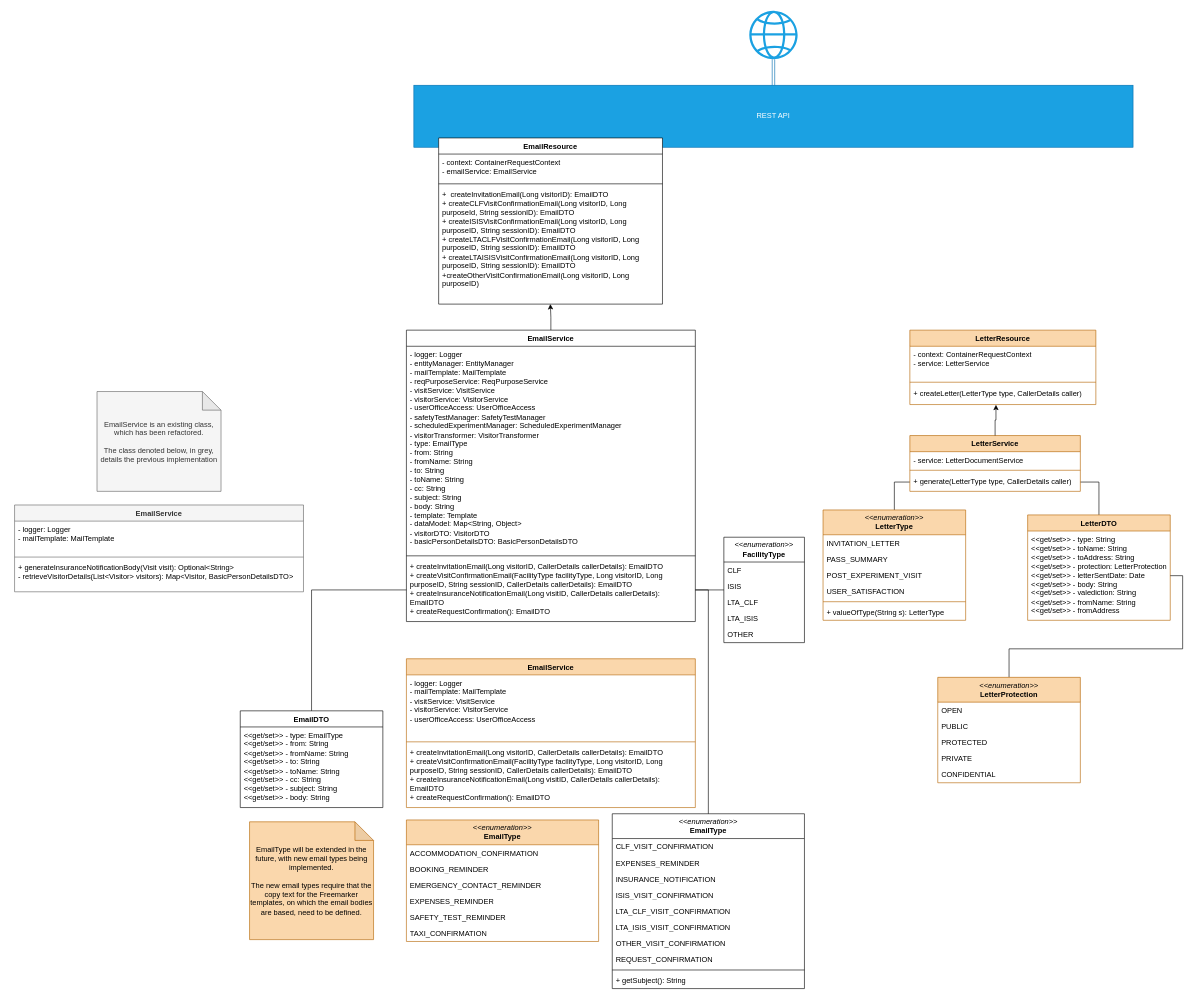
Before: Document generation class diagram.drawio in ambolt314/FinalProjectDesign, a draw.io diagram. Source tidied: cells renumbered, new cells numbered last; positions are measured from the earlier drawing's top-left corner, leaving out a move shared by most shapes. Both pictures are drawn from the tidied source at 62%, with x=0, y=0 at pixel (14, 11).
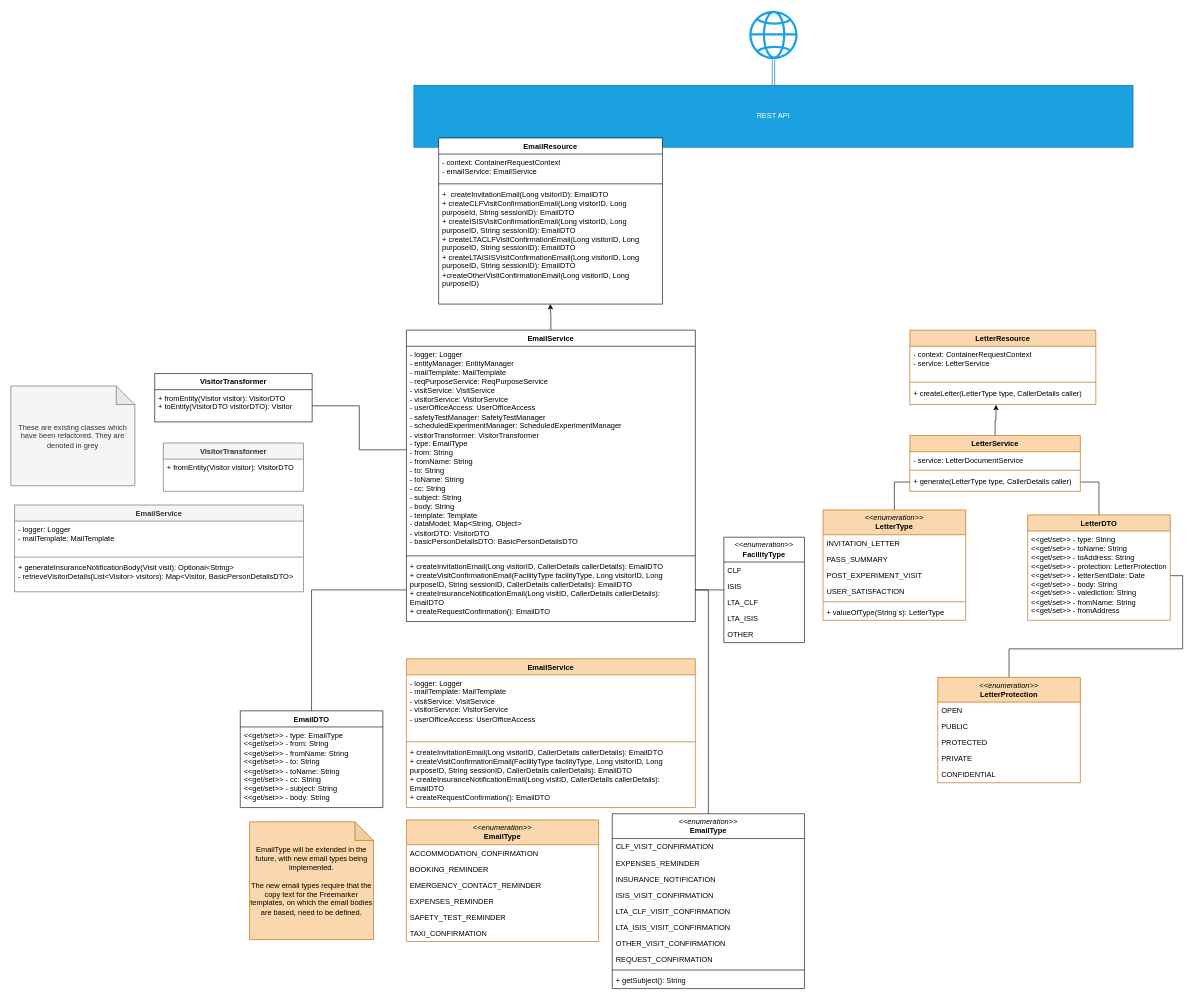
The same diagram, later.

Commit message:
Added VisitorTransformer modification

The change refers to these unchanged cells:
```xml
<mxCell id="51" value="&lt;div&gt;- logger: Logger&lt;/div&gt;&lt;div&gt;- entityManager: EntityManager&lt;/div&gt;&lt;div&gt;- mailTemplate: MailTemplate&lt;br&gt;&lt;/div&gt;&lt;div&gt;- reqPurposeService: ReqPurposeService&lt;/div&gt;&lt;div&gt;- visitService: VisitService&lt;/div&gt;&lt;div&gt;- visitorService: VisitorService&lt;br&gt;&lt;/div&gt;&lt;div&gt;- userOfficeAccess: UserOfficeAccess&lt;br&gt;&lt;/div&gt;&lt;div&gt;- safetyTestManager: SafetyTestManager&lt;/div&gt;&lt;div&gt;- scheduledExperimentManager: ScheduledExperimentManager&lt;/div&gt;&lt;div&gt;- visitorTransformer: VisitorTransformer&lt;/div&gt;&lt;div&gt;- type: EmailType&lt;/div&gt;&lt;div&gt;- from: String&lt;/div&gt;&lt;div&gt;- fromName: String&lt;/div&gt;&lt;div&gt;- to: String&lt;/div&gt;&lt;div&gt;- toName: String&lt;/div&gt;&lt;div&gt;- cc: String&lt;/div&gt;&lt;div&gt;- subject: String&lt;/div&gt;&lt;div&gt;- body: String&lt;/div&gt;&lt;div&gt;- template: Template&lt;/div&gt;&lt;div&gt;- dataModel: Map&amp;lt;String, Object&amp;gt;&lt;/div&gt;&lt;div&gt;- visitorDTO: VisitorDTO&lt;/div&gt;&lt;div&gt;- basicPersonDetailsDTO: BasicPersonDetailsDTO&lt;/div&gt;" style="text;strokeColor=none;fillColor=none;align=left;verticalAlign=top;spacingLeft=4;spacingRight=4;overflow=hidden;points=[[0,0.5],[1,0.5]];portConstraint=eastwest;whiteSpace=wrap;html=1;" parent="50" vertex="1">
  <mxGeometry y="26" width="466" height="334" as="geometry" />
</mxCell>
```

Change to the diagram source:
```diff
@@
-    <mxCell id="48" value="&lt;div&gt;EmailService is an existing class, which has been refactored.&lt;/div&gt;&lt;div&gt;&lt;br&gt;&lt;/div&gt;&lt;div&gt;The class denoted below, in grey, details the previous implementation&lt;br&gt;&lt;/div&gt;" style="shape=note;whiteSpace=wrap;html=1;backgroundOutline=1;darkOpacity=0.05;fillColor=#f5f5f5;fontColor=#333333;strokeColor=#666666;" parent="1" vertex="1">
-      <mxGeometry x="133" y="614" width="200" height="161" as="geometry" />
+    <mxCell id="48" value="&lt;div&gt;These are existing classes which have been refactored. They are denoted in grey&lt;/div&gt;" style="shape=note;whiteSpace=wrap;html=1;backgroundOutline=1;darkOpacity=0.05;fillColor=#f5f5f5;fontColor=#333333;strokeColor=#666666;" parent="1" vertex="1">
+      <mxGeometry x="-6" y="605" width="200" height="161" as="geometry" />
     </mxCell>
@@
+    <mxCell id="80" value="VisitorTransformer" style="swimlane;fontStyle=1;align=center;verticalAlign=top;horizontal=1;startSize=26;whiteSpace=wrap;html=1;fillColor=#f5f5f5;fontColor=#333333;strokeColor=#666666;" parent="1" vertex="1">
+      <mxGeometry x="240" y="697" width="226" height="78" as="geometry" />
+    </mxCell>
+    <mxCell id="81" value="&lt;div&gt;+ fromEntity(Visitor visitor): VisitorDTO&lt;/div&gt;" style="text;strokeColor=none;fillColor=none;align=left;verticalAlign=top;spacingLeft=4;spacingRight=4;overflow=hidden;whiteSpace=wrap;html=1;" parent="80" vertex="1">
+      <mxGeometry y="26" width="226" height="52" as="geometry" />
+    </mxCell>
+    <mxCell id="82" value="VisitorTransformer" style="swimlane;fontStyle=1;align=center;verticalAlign=top;horizontal=1;startSize=26;whiteSpace=wrap;html=1;" parent="1" vertex="1">
+      <mxGeometry x="226" y="585" width="254" height="78" as="geometry" />
+    </mxCell>
+    <mxCell id="83" value="&lt;div&gt;+ fromEntity(Visitor visitor): VisitorDTO&lt;/div&gt;&lt;div&gt;+ toEntity(VisitorDTO visitorDTO): Visitor&lt;/div&gt;" style="text;strokeColor=none;fillColor=none;align=left;verticalAlign=top;spacingLeft=4;spacingRight=4;overflow=hidden;points=[[0,0.5],[1,0.5]];portConstraint=eastwest;whiteSpace=wrap;html=1;" parent="82" vertex="1">
+      <mxGeometry y="26" width="254" height="52" as="geometry" />
+    </mxCell>
+    <mxCell id="84" style="edgeStyle=orthogonalEdgeStyle;rounded=0;jettySize=auto;html=1;entryX=0;entryY=0.5;entryDx=0;entryDy=0;endArrow=none;endFill=0;" parent="1" edge="1" source="83" target="51">
+      <mxGeometry relative="1" as="geometry" />
+    </mxCell>
```
